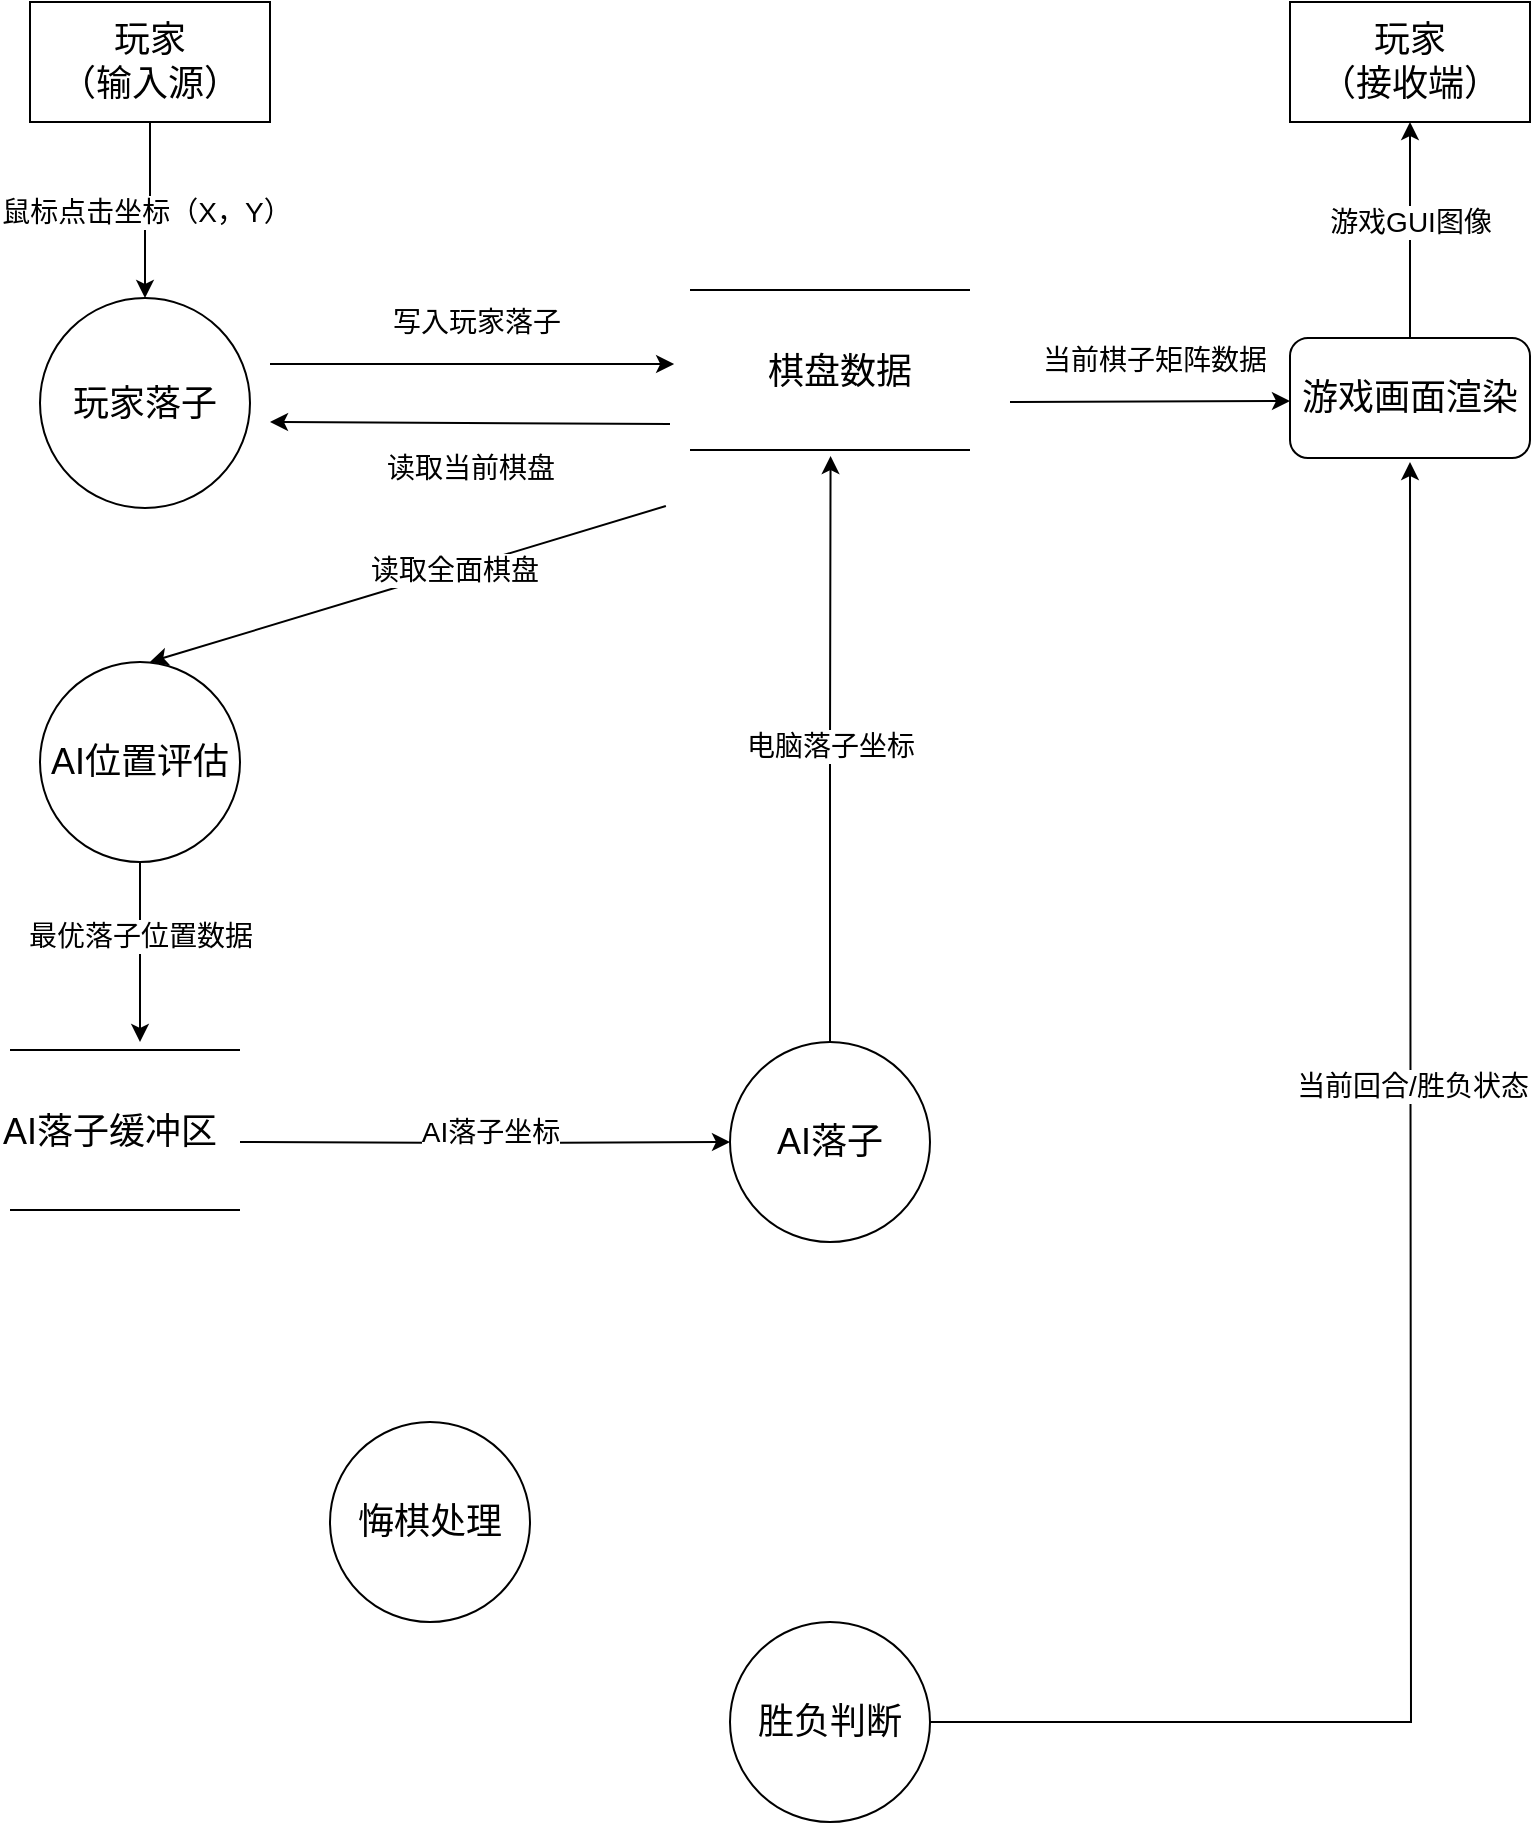
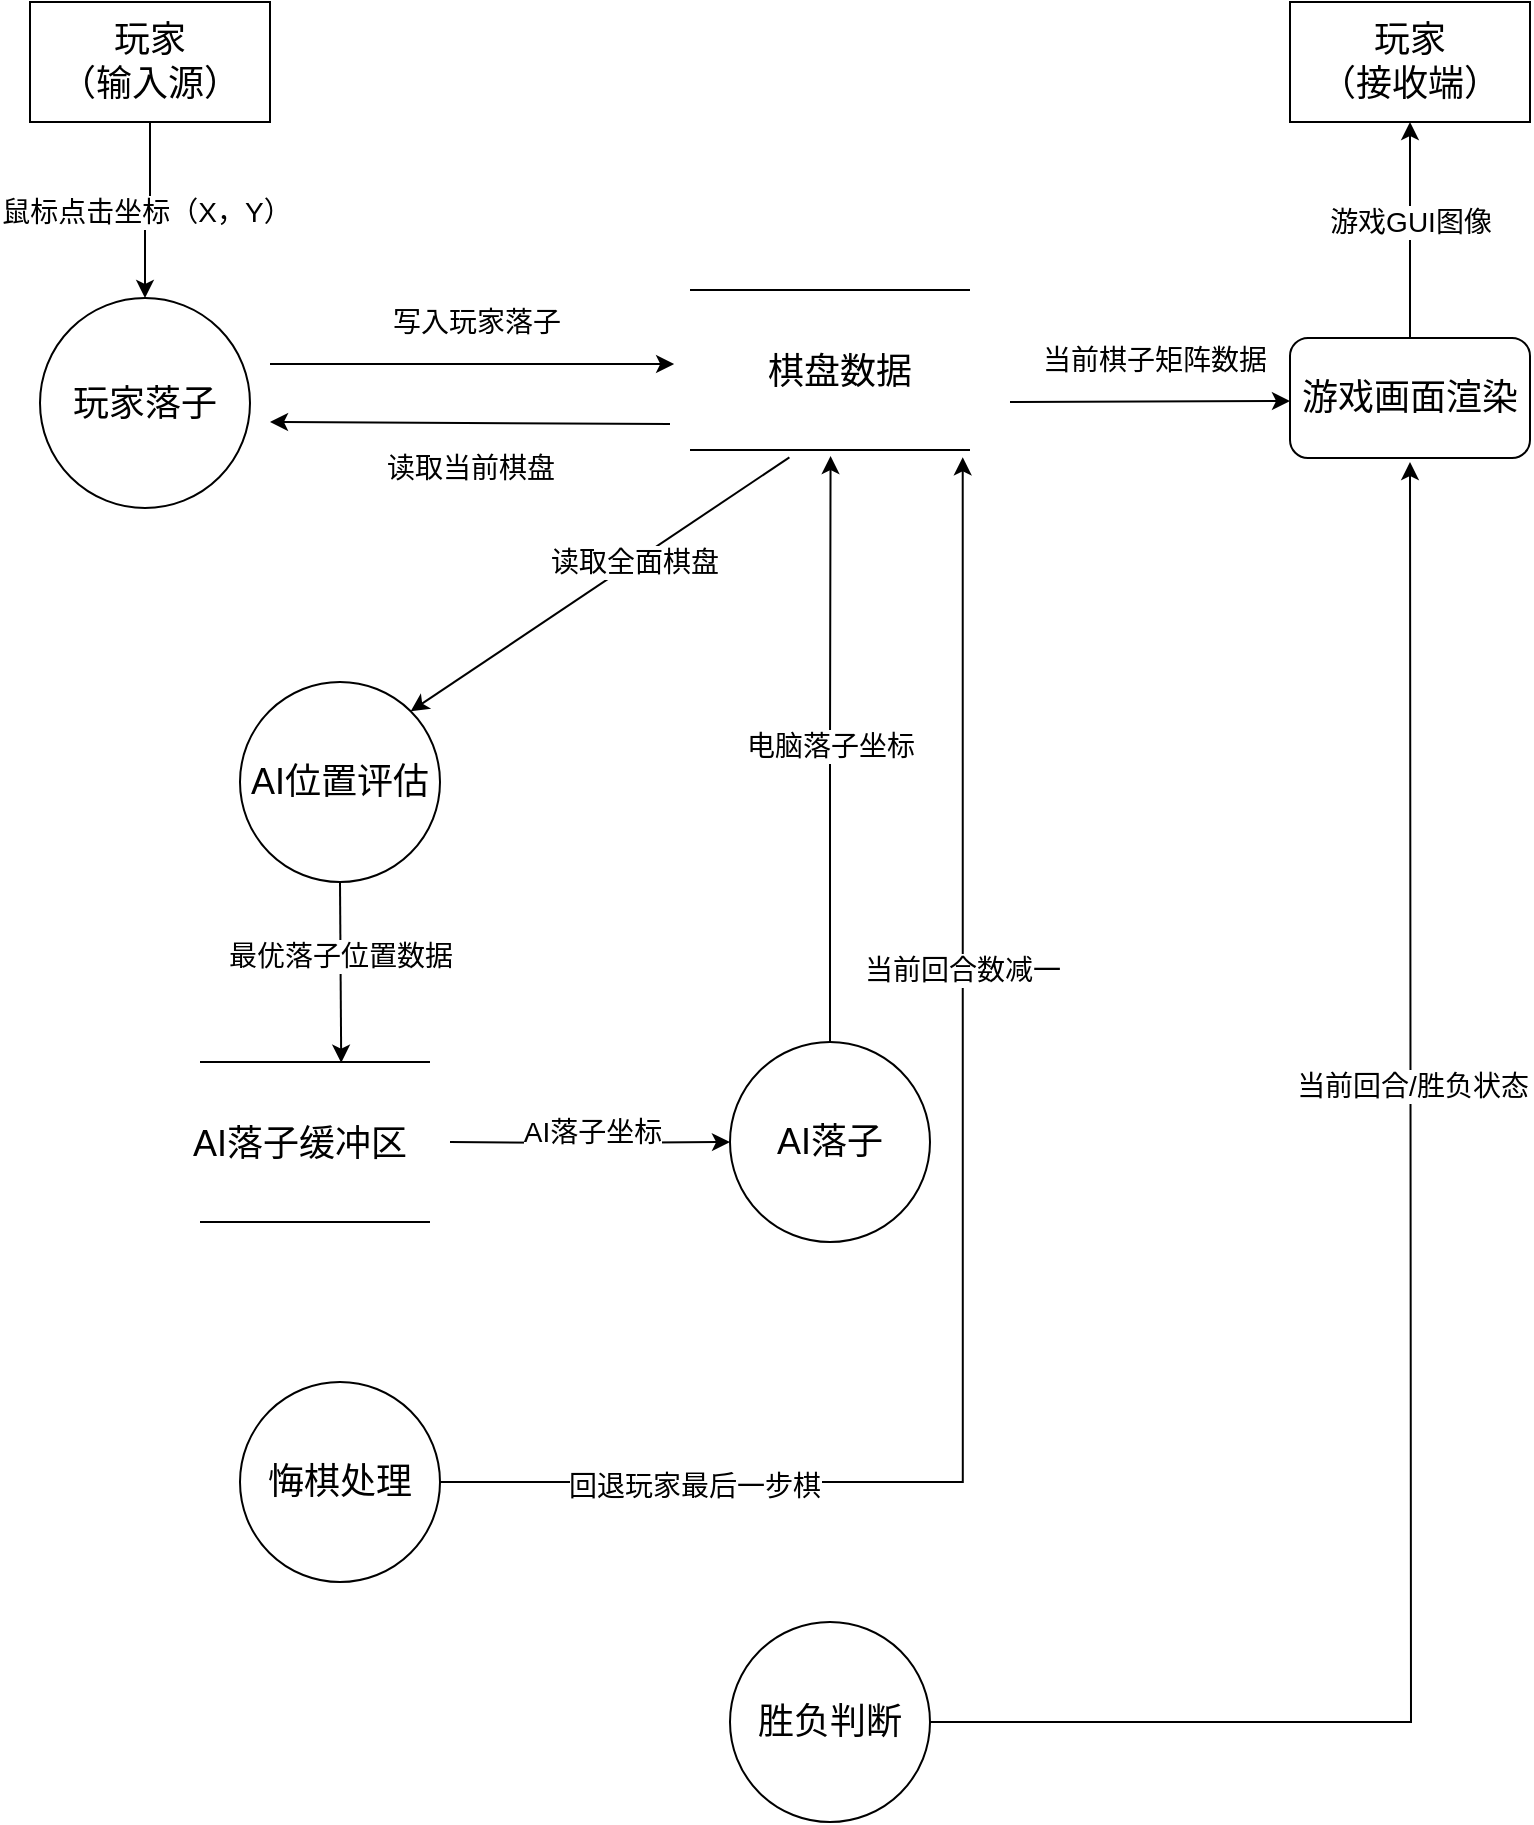
<mxfile host="app.diagrams.net">
  <diagram name="Page-1" id="hryGj0KzSXnJhMcqTr9-">
    <mxGraphModel dx="1201" dy="825" grid="1" gridSize="10" guides="1" tooltips="1" connect="1" arrows="1" fold="1" page="1" pageScale="1" pageWidth="827" pageHeight="1169" math="0" shadow="0">
      <root>
        <mxCell id="0" />
        <mxCell id="1" parent="0" />
        <mxCell id="fDHwApNMCYBN-XmplwMt-11" edge="1" parent="1" source="fDHwApNMCYBN-XmplwMt-3" style="edgeStyle=orthogonalEdgeStyle;rounded=0;orthogonalLoop=1;jettySize=auto;html=1;exitX=0.5;exitY=1;exitDx=0;exitDy=0;entryX=0.5;entryY=0;entryDx=0;entryDy=0;" target="SoA14i47H3jGXmkj97EN-22">
          <mxGeometry relative="1" as="geometry">
            <mxPoint x="90" y="230" as="targetPoint" />
          </mxGeometry>
        </mxCell>
        <mxCell id="fDHwApNMCYBN-XmplwMt-12" connectable="0" parent="fDHwApNMCYBN-XmplwMt-11" style="edgeLabel;html=1;align=center;verticalAlign=middle;resizable=0;points=[];" value="&lt;font style=&quot;font-size: 14px;&quot;&gt;鼠标点击坐标（X，Y）&lt;/font&gt;" vertex="1">
          <mxGeometry relative="1" x="0.0364" as="geometry">
            <mxPoint as="offset" />
          </mxGeometry>
        </mxCell>
        <mxCell id="fDHwApNMCYBN-XmplwMt-3" parent="1" style="rounded=0;whiteSpace=wrap;html=1;" value="&lt;font style=&quot;font-size: 18px;&quot;&gt;玩家&lt;/font&gt;&lt;div&gt;&lt;font style=&quot;font-size: 18px;&quot;&gt;（输入源）&lt;/font&gt;&lt;/div&gt;" vertex="1">
          <mxGeometry height="60" width="120" x="30" y="60" as="geometry" />
        </mxCell>
        <mxCell id="SoA14i47H3jGXmkj97EN-37" edge="1" parent="1" source="fDHwApNMCYBN-XmplwMt-9" style="edgeStyle=orthogonalEdgeStyle;rounded=0;orthogonalLoop=1;jettySize=auto;html=1;exitX=0.5;exitY=0;exitDx=0;exitDy=0;entryX=0.5;entryY=1;entryDx=0;entryDy=0;" target="fDHwApNMCYBN-XmplwMt-10">
          <mxGeometry relative="1" as="geometry" />
        </mxCell>
        <mxCell id="SoA14i47H3jGXmkj97EN-38" connectable="0" parent="SoA14i47H3jGXmkj97EN-37" style="edgeLabel;html=1;align=center;verticalAlign=middle;resizable=0;points=[];" value="&lt;font style=&quot;font-size: 14px;&quot;&gt;游戏GUI图像&lt;/font&gt;" vertex="1">
          <mxGeometry relative="1" x="0.0741" as="geometry">
            <mxPoint as="offset" />
          </mxGeometry>
        </mxCell>
        <mxCell id="fDHwApNMCYBN-XmplwMt-9" parent="1" style="rounded=1;whiteSpace=wrap;html=1;" value="&lt;font style=&quot;font-size: 18px;&quot;&gt;游戏画面渲染&lt;/font&gt;" vertex="1">
          <mxGeometry height="60" width="120" x="660" y="228" as="geometry" />
        </mxCell>
        <mxCell id="fDHwApNMCYBN-XmplwMt-10" parent="1" style="rounded=0;whiteSpace=wrap;html=1;" value="&lt;span style=&quot;font-size: 18px;&quot;&gt;玩家&lt;/span&gt;&lt;div&gt;&lt;span style=&quot;font-size: 18px;&quot;&gt;（接收端）&lt;/span&gt;&lt;/div&gt;" vertex="1">
          <mxGeometry height="60" width="120" x="660" y="60" as="geometry" />
        </mxCell>
        <mxCell id="SoA14i47H3jGXmkj97EN-10" edge="1" parent="1" style="endArrow=classic;html=1;rounded=0;entryX=0.013;entryY=0.14;entryDx=0;entryDy=0;entryPerimeter=0;" value="">
          <mxGeometry height="50" relative="1" width="50" as="geometry">
            <mxPoint x="150" y="241" as="sourcePoint" />
            <mxPoint x="352.067" y="241" as="targetPoint" />
          </mxGeometry>
        </mxCell>
        <mxCell id="SoA14i47H3jGXmkj97EN-11" connectable="0" parent="SoA14i47H3jGXmkj97EN-10" style="edgeLabel;html=1;align=center;verticalAlign=middle;resizable=0;points=[];" value="&lt;font style=&quot;font-size: 14px;&quot;&gt;写入玩家落子&lt;/font&gt;" vertex="1">
          <mxGeometry relative="1" x="0.0202" y="1" as="geometry">
            <mxPoint y="-20" as="offset" />
          </mxGeometry>
        </mxCell>
        <mxCell id="SoA14i47H3jGXmkj97EN-12" edge="1" parent="1" style="endArrow=classic;html=1;rounded=0;exitX=0.925;exitY=0;exitDx=0;exitDy=0;exitPerimeter=0;" value="">
          <mxGeometry height="50" relative="1" width="50" as="geometry">
            <mxPoint x="350" y="271" as="sourcePoint" />
            <mxPoint x="150" y="270" as="targetPoint" />
          </mxGeometry>
        </mxCell>
        <mxCell id="SoA14i47H3jGXmkj97EN-13" connectable="0" parent="SoA14i47H3jGXmkj97EN-12" style="edgeLabel;html=1;align=center;verticalAlign=middle;resizable=0;points=[];" value="&lt;font style=&quot;font-size: 14px;&quot;&gt;读取当前棋盘&lt;/font&gt;&lt;div&gt;&lt;font style=&quot;font-size: 14px;&quot;&gt;&lt;br&gt;&lt;/font&gt;&lt;/div&gt;" vertex="1">
          <mxGeometry relative="1" x="0.0202" y="1" as="geometry">
            <mxPoint x="2" y="29" as="offset" />
          </mxGeometry>
        </mxCell>
-         <mxCell id="SoA14i47H3jGXmkj97EN-14" edge="1" parent="1" style="endArrow=classic;html=1;rounded=0;entryX=-0.013;entryY=0.68;entryDx=0;entryDy=0;entryPerimeter=0;exitX=-0.013;exitY=0.68;exitDx=0;exitDy=0;exitPerimeter=0;" value="">
+         <mxCell id="SoA14i47H3jGXmkj97EN-14" edge="1" parent="1" source="SoA14i47H3jGXmkj97EN-28" style="endArrow=classic;html=1;rounded=0;entryX=1;entryY=0;entryDx=0;entryDy=0;exitX=0.355;exitY=0.958;exitDx=0;exitDy=0;exitPerimeter=0;" target="SoA14i47H3jGXmkj97EN-23" value="">
          <mxGeometry height="50" relative="1" width="50" as="geometry">
            <mxPoint x="347.933" y="312" as="sourcePoint" />
            <mxPoint x="90" y="390" as="targetPoint" />
          </mxGeometry>
        </mxCell>
        <mxCell id="SoA14i47H3jGXmkj97EN-15" connectable="0" parent="SoA14i47H3jGXmkj97EN-14" style="edgeLabel;html=1;align=center;verticalAlign=middle;resizable=0;points=[];" value="&lt;font style=&quot;font-size: 14px;&quot;&gt;读取全面棋盘&lt;/font&gt;" vertex="1">
          <mxGeometry relative="1" x="-0.1782" as="geometry">
            <mxPoint as="offset" />
          </mxGeometry>
        </mxCell>
        <mxCell id="SoA14i47H3jGXmkj97EN-16" edge="1" parent="1" style="endArrow=classic;html=1;rounded=0;entryX=0.013;entryY=0.14;entryDx=0;entryDy=0;entryPerimeter=0;" value="">
          <mxGeometry height="50" relative="1" width="50" as="geometry">
            <mxPoint x="520" y="260" as="sourcePoint" />
            <mxPoint x="659.9970000000001" y="259.5" as="targetPoint" />
          </mxGeometry>
        </mxCell>
        <mxCell id="SoA14i47H3jGXmkj97EN-17" connectable="0" parent="SoA14i47H3jGXmkj97EN-16" style="edgeLabel;html=1;align=center;verticalAlign=middle;resizable=0;points=[];" value="&lt;span style=&quot;font-size: 14px;&quot;&gt;当前棋子矩阵数据&lt;/span&gt;" vertex="1">
          <mxGeometry relative="1" x="0.0202" y="1" as="geometry">
            <mxPoint y="-20" as="offset" />
          </mxGeometry>
        </mxCell>
        <mxCell id="SoA14i47H3jGXmkj97EN-22" parent="1" style="ellipse;whiteSpace=wrap;html=1;aspect=fixed;" value="&lt;font style=&quot;font-size: 18px;&quot;&gt;玩家落子&lt;/font&gt;" vertex="1">
          <mxGeometry height="105" width="105" x="35" y="208" as="geometry" />
        </mxCell>
        <mxCell id="SoA14i47H3jGXmkj97EN-23" parent="1" style="ellipse;whiteSpace=wrap;html=1;aspect=fixed;" value="&lt;font style=&quot;font-size: 18px;&quot;&gt;AI位置评估&lt;/font&gt;" vertex="1">
-           <mxGeometry height="100" width="100" x="35" y="390" as="geometry" />
+           <mxGeometry height="100" width="100" x="135" y="400" as="geometry" />
        </mxCell>
        <mxCell id="SoA14i47H3jGXmkj97EN-24" parent="1" style="ellipse;whiteSpace=wrap;html=1;aspect=fixed;" value="&lt;font style=&quot;font-size: 18px;&quot;&gt;AI落子&lt;/font&gt;" vertex="1">
          <mxGeometry height="100" width="100" x="380" y="580" as="geometry" />
        </mxCell>
        <mxCell id="SoA14i47H3jGXmkj97EN-39" edge="1" parent="1" source="SoA14i47H3jGXmkj97EN-25" style="edgeStyle=orthogonalEdgeStyle;rounded=0;orthogonalLoop=1;jettySize=auto;html=1;exitX=1;exitY=0.5;exitDx=0;exitDy=0;">
          <mxGeometry relative="1" as="geometry">
            <mxPoint x="720" y="290" as="targetPoint" />
          </mxGeometry>
        </mxCell>
        <mxCell id="SoA14i47H3jGXmkj97EN-40" connectable="0" parent="SoA14i47H3jGXmkj97EN-39" style="edgeLabel;html=1;align=center;verticalAlign=middle;resizable=0;points=[];" value="&lt;font style=&quot;font-size: 14px;&quot;&gt;当前回合/胜负状态&lt;/font&gt;" vertex="1">
          <mxGeometry relative="1" x="0.2828" y="-1" as="geometry">
            <mxPoint as="offset" />
          </mxGeometry>
        </mxCell>
        <mxCell id="SoA14i47H3jGXmkj97EN-25" parent="1" style="ellipse;whiteSpace=wrap;html=1;aspect=fixed;" value="&lt;font style=&quot;font-size: 18px;&quot;&gt;胜负判断&lt;/font&gt;" vertex="1">
          <mxGeometry height="100" width="100" x="380" y="870" as="geometry" />
        </mxCell>
        <mxCell id="SoA14i47H3jGXmkj97EN-27" parent="1" style="line;strokeWidth=1;fillColor=none;align=left;verticalAlign=middle;spacingTop=-1;spacingLeft=3;spacingRight=3;rotatable=0;labelPosition=right;points=[];portConstraint=eastwest;strokeColor=inherit;" value="" vertex="1">
          <mxGeometry height="8" width="140" x="360" y="200" as="geometry" />
        </mxCell>
        <mxCell id="SoA14i47H3jGXmkj97EN-28" parent="1" style="line;strokeWidth=1;fillColor=none;align=left;verticalAlign=middle;spacingTop=-1;spacingLeft=3;spacingRight=3;rotatable=0;labelPosition=right;points=[];portConstraint=eastwest;strokeColor=inherit;" value="" vertex="1">
          <mxGeometry height="8" width="140" x="360" y="280" as="geometry" />
        </mxCell>
        <mxCell id="SoA14i47H3jGXmkj97EN-29" parent="1" style="text;html=1;whiteSpace=wrap;strokeColor=none;fillColor=none;align=center;verticalAlign=middle;rounded=0;" value="&lt;font style=&quot;font-size: 18px;&quot;&gt;棋盘数据&lt;/font&gt;" vertex="1">
          <mxGeometry height="30" width="110" x="380" y="230" as="geometry" />
        </mxCell>
-         <mxCell id="SoA14i47H3jGXmkj97EN-33" edge="1" parent="1" style="edgeStyle=orthogonalEdgeStyle;rounded=0;orthogonalLoop=1;jettySize=auto;html=1;exitX=1;exitY=0.5;exitDx=0;exitDy=0;entryX=0;entryY=0.5;entryDx=0;entryDy=0;" target="SoA14i47H3jGXmkj97EN-24">
+         <mxCell id="SoA14i47H3jGXmkj97EN-33" edge="1" parent="1" style="edgeStyle=orthogonalEdgeStyle;rounded=0;orthogonalLoop=1;jettySize=auto;html=1;entryX=0;entryY=0.5;entryDx=0;entryDy=0;" target="SoA14i47H3jGXmkj97EN-24">
          <mxGeometry relative="1" as="geometry">
-             <mxPoint x="135" y="630" as="sourcePoint" />
+             <mxPoint x="240" y="630" as="sourcePoint" />
          </mxGeometry>
        </mxCell>
        <mxCell id="SoA14i47H3jGXmkj97EN-34" connectable="0" parent="SoA14i47H3jGXmkj97EN-33" style="edgeLabel;html=1;align=center;verticalAlign=middle;resizable=0;points=[];" value="&lt;font style=&quot;font-size: 14px;&quot;&gt;AI落子坐标&lt;/font&gt;" vertex="1">
          <mxGeometry relative="1" x="0.0204" y="5" as="geometry">
            <mxPoint as="offset" />
          </mxGeometry>
        </mxCell>
-         <mxCell id="SoA14i47H3jGXmkj97EN-31" edge="1" parent="1" source="SoA14i47H3jGXmkj97EN-23" style="endArrow=classic;html=1;rounded=0;entryX=0.5;entryY=0;entryDx=0;entryDy=0;exitX=0.5;exitY=1;exitDx=0;exitDy=0;" value="">
+         <mxCell id="SoA14i47H3jGXmkj97EN-31" edge="1" parent="1" source="SoA14i47H3jGXmkj97EN-23" style="endArrow=classic;html=1;rounded=0;entryX=0.614;entryY=0.542;entryDx=0;entryDy=0;exitX=0.5;exitY=1;exitDx=0;exitDy=0;entryPerimeter=0;" target="SoA14i47H3jGXmkj97EN-42" value="">
          <mxGeometry height="50" relative="1" width="50" as="geometry">
            <mxPoint x="447.933" y="340" as="sourcePoint" />
            <mxPoint x="85" y="580" as="targetPoint" />
          </mxGeometry>
        </mxCell>
        <mxCell id="SoA14i47H3jGXmkj97EN-32" connectable="0" parent="SoA14i47H3jGXmkj97EN-31" style="edgeLabel;html=1;align=center;verticalAlign=middle;resizable=0;points=[];" value="&lt;span style=&quot;font-size: 14px;&quot;&gt;最优落子位置数据&lt;/span&gt;" vertex="1">
          <mxGeometry relative="1" x="-0.1782" as="geometry">
            <mxPoint as="offset" />
          </mxGeometry>
        </mxCell>
        <mxCell id="SoA14i47H3jGXmkj97EN-35" edge="1" parent="1" source="SoA14i47H3jGXmkj97EN-24" style="edgeStyle=orthogonalEdgeStyle;rounded=0;orthogonalLoop=1;jettySize=auto;html=1;exitX=0.5;exitY=0;exitDx=0;exitDy=0;entryX=0.502;entryY=0.875;entryDx=0;entryDy=0;entryPerimeter=0;" target="SoA14i47H3jGXmkj97EN-28">
          <mxGeometry relative="1" as="geometry" />
        </mxCell>
        <mxCell id="SoA14i47H3jGXmkj97EN-36" connectable="0" parent="SoA14i47H3jGXmkj97EN-35" style="edgeLabel;html=1;align=center;verticalAlign=middle;resizable=0;points=[];" value="&lt;span style=&quot;font-size: 14px;&quot;&gt;电脑落子坐标&lt;/span&gt;" vertex="1">
          <mxGeometry relative="1" x="-0.0044" y="1" as="geometry">
            <mxPoint y="-1" as="offset" />
          </mxGeometry>
        </mxCell>
        <mxCell id="SoA14i47H3jGXmkj97EN-41" parent="1" style="ellipse;whiteSpace=wrap;html=1;aspect=fixed;" value="&lt;font style=&quot;font-size: 18px;&quot;&gt;悔棋处理&lt;/font&gt;" vertex="1">
-           <mxGeometry height="100" width="100" x="180" y="770" as="geometry" />
+           <mxGeometry height="100" width="100" x="135" y="750" as="geometry" />
        </mxCell>
        <mxCell id="SoA14i47H3jGXmkj97EN-42" parent="1" style="line;strokeWidth=1;fillColor=none;align=left;verticalAlign=middle;spacingTop=-1;spacingLeft=3;spacingRight=3;rotatable=0;labelPosition=right;points=[];portConstraint=eastwest;strokeColor=inherit;" value="" vertex="1">
-           <mxGeometry height="8" width="115" x="20" y="580" as="geometry" />
+           <mxGeometry height="8" width="115" x="115" y="586" as="geometry" />
        </mxCell>
        <mxCell id="SoA14i47H3jGXmkj97EN-43" parent="1" style="line;strokeWidth=1;fillColor=none;align=left;verticalAlign=middle;spacingTop=-1;spacingLeft=3;spacingRight=3;rotatable=0;labelPosition=right;points=[];portConstraint=eastwest;strokeColor=inherit;" value="" vertex="1">
-           <mxGeometry height="8" width="115" x="20" y="660" as="geometry" />
+           <mxGeometry height="8" width="115" x="115" y="666" as="geometry" />
        </mxCell>
        <mxCell id="SoA14i47H3jGXmkj97EN-44" parent="1" style="text;html=1;whiteSpace=wrap;strokeColor=none;fillColor=none;align=center;verticalAlign=middle;rounded=0;" value="&lt;span style=&quot;font-size: 18px;&quot;&gt;AI落子缓冲区&lt;/span&gt;" vertex="1">
-           <mxGeometry height="30" width="110" x="15" y="610" as="geometry" />
+           <mxGeometry height="30" width="110" x="110" y="616" as="geometry" />
+         </mxCell>
+         <mxCell id="SoA14i47H3jGXmkj97EN-45" edge="1" parent="1" source="SoA14i47H3jGXmkj97EN-41" style="edgeStyle=orthogonalEdgeStyle;rounded=0;orthogonalLoop=1;jettySize=auto;html=1;exitX=1;exitY=0.5;exitDx=0;exitDy=0;entryX=0.974;entryY=0.958;entryDx=0;entryDy=0;entryPerimeter=0;" target="SoA14i47H3jGXmkj97EN-28">
+           <mxGeometry relative="1" as="geometry" />
+         </mxCell>
+         <mxCell id="SoA14i47H3jGXmkj97EN-46" connectable="0" parent="SoA14i47H3jGXmkj97EN-45" style="edgeLabel;html=1;align=center;verticalAlign=middle;resizable=0;points=[];" value="&lt;font style=&quot;font-size: 14px;&quot;&gt;当前回合数减一&lt;/font&gt;" vertex="1">
+           <mxGeometry relative="1" x="0.3391" y="1" as="geometry">
+             <mxPoint as="offset" />
+           </mxGeometry>
+         </mxCell>
+         <mxCell id="SoA14i47H3jGXmkj97EN-48" connectable="0" parent="SoA14i47H3jGXmkj97EN-45" style="edgeLabel;html=1;align=center;verticalAlign=middle;resizable=0;points=[];" value="&lt;font style=&quot;font-size: 14px;&quot;&gt;回退玩家最后一步棋&lt;/font&gt;" vertex="1">
+           <mxGeometry relative="1" x="-0.6726" y="-2" as="geometry">
+             <mxPoint as="offset" />
+           </mxGeometry>
        </mxCell>
      </root>
    </mxGraphModel>
  </diagram>
</mxfile>
